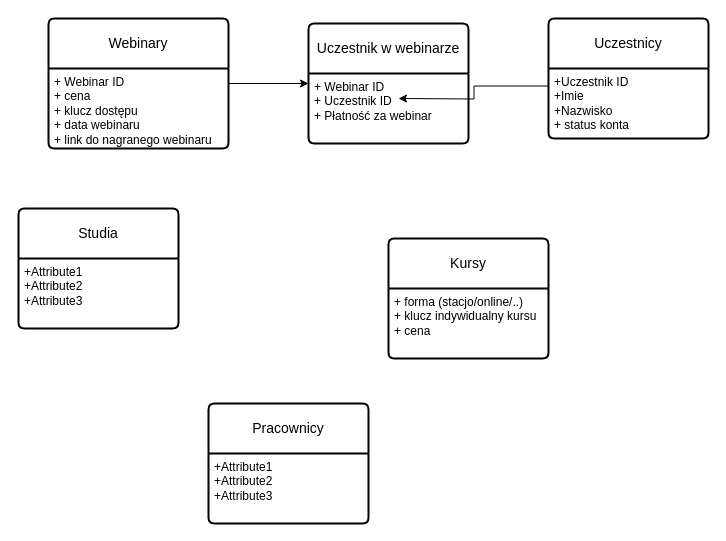
The draw.io diagram Diagram bez tytułu.drawio in SzymonTyburczy/DataBase-Project-MSST, before the edit. Source tidied: cells renumbered, new cells numbered last; positions are measured from the earlier drawing's top-left corner, leaving out a move shared by most shapes. Both pictures are drawn from the tidied source at 100%, with x=0, y=0 at pixel (18, 18).
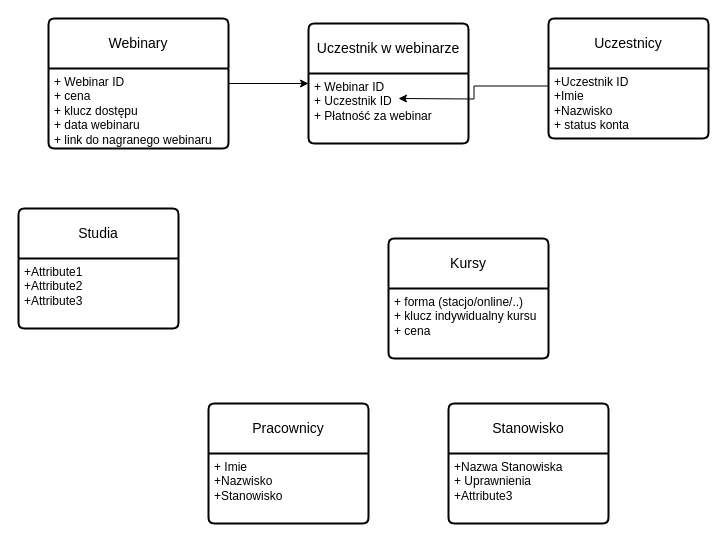
The same page after the edit.

Commit message:
diagram po labie projektowym 1

The edit, as a diff of the source:
```diff
@@
 <mxGraphModel>
   <root>
     <mxCell id="0" />
     <mxCell id="1" parent="0" />
     <mxCell id="2" value="Webinary" style="swimlane;horizontal=1;startSize=50;rounded=1;fontSize=14;fontStyle=0;strokeWidth=2;shadow=0;dashed=0;align=center;arcSize=4;whiteSpace=wrap;html=1;" parent="1" vertex="1">
       <mxGeometry x="30" width="180" height="130" as="geometry" />
     </mxCell>
     <mxCell id="3" value="&lt;div&gt;+ Webinar ID&lt;br&gt;&lt;/div&gt;&lt;div&gt;+ cena&lt;/div&gt;+ klucz dostępu&lt;br&gt;&lt;div&gt;+ data webinaru&lt;/div&gt;&lt;div&gt;+ link do nagranego webinaru&lt;br&gt;&lt;/div&gt;&lt;div&gt;&lt;br&gt;&lt;/div&gt;" style="align=left;strokeColor=none;fillColor=none;spacingLeft=4;fontSize=12;verticalAlign=top;html=1;" parent="2" vertex="1">
       <mxGeometry y="50" width="180" height="80" as="geometry" />
     </mxCell>
     <mxCell id="4" style="edgeStyle=orthogonalEdgeStyle;rounded=0;jettySize=auto;html=1;exitX=0.5;exitY=1;exitDx=0;exitDy=0;entryX=0.5;entryY=1;entryDx=0;entryDy=0;" parent="2" edge="1" source="2" target="3">
       <mxGeometry relative="1" as="geometry" />
     </mxCell>
     <mxCell id="5" value="Kursy" style="swimlane;horizontal=1;startSize=50;rounded=1;fontSize=14;fontStyle=0;strokeWidth=2;shadow=0;dashed=0;align=center;arcSize=4;whiteSpace=wrap;html=1;" parent="1" vertex="1">
       <mxGeometry x="370" y="220" width="160" height="120" as="geometry" />
     </mxCell>
     <mxCell id="6" value="+ forma (stacjo/online/..)&lt;br&gt;+ klucz indywidualny kursu&lt;br&gt;+ cena" style="align=left;strokeColor=none;fillColor=none;spacingLeft=4;fontSize=12;verticalAlign=top;html=1;" parent="5" vertex="1">
       <mxGeometry y="50" width="160" height="70" as="geometry" />
     </mxCell>
     <mxCell id="7" value="Studia" style="swimlane;horizontal=1;startSize=50;rounded=1;fontSize=14;fontStyle=0;strokeWidth=2;shadow=0;dashed=0;align=center;arcSize=4;whiteSpace=wrap;html=1;" parent="1" vertex="1">
       <mxGeometry y="190" width="160" height="120" as="geometry" />
     </mxCell>
     <mxCell id="8" value="+Attribute1&#10;+Attribute2&#10;+Attribute3" style="align=left;strokeColor=none;fillColor=none;spacingLeft=4;fontSize=12;verticalAlign=top;html=1;" parent="7" vertex="1">
       <mxGeometry y="50" width="160" height="70" as="geometry" />
     </mxCell>
     <mxCell id="9" value="Uczestnicy" style="swimlane;horizontal=1;startSize=50;rounded=1;fontSize=14;fontStyle=0;strokeWidth=2;shadow=0;dashed=0;align=center;arcSize=4;whiteSpace=wrap;html=1;" parent="1" vertex="1">
       <mxGeometry x="530" width="160" height="120" as="geometry" />
     </mxCell>
     <mxCell id="10" value="+Uczestnik ID&lt;br&gt;+Imie&lt;br&gt;&lt;div&gt;+Nazwisko&lt;/div&gt;&lt;div&gt;+ status konta&lt;br&gt;&lt;/div&gt;" style="align=left;strokeColor=none;fillColor=none;spacingLeft=4;fontSize=12;verticalAlign=top;html=1;" parent="9" vertex="1">
       <mxGeometry y="50" width="160" height="70" as="geometry" />
     </mxCell>
     <mxCell id="11" value="Pracownicy" style="swimlane;horizontal=1;startSize=50;rounded=1;fontSize=14;fontStyle=0;strokeWidth=2;shadow=0;dashed=0;align=center;arcSize=4;whiteSpace=wrap;html=1;" parent="1" vertex="1">
       <mxGeometry x="190" y="385" width="160" height="120" as="geometry" />
     </mxCell>
-    <mxCell id="12" value="+Attribute1&#10;+Attribute2&#10;+Attribute3" style="align=left;strokeColor=none;fillColor=none;spacingLeft=4;fontSize=12;verticalAlign=top;html=1;" parent="11" vertex="1">
+    <mxCell id="12" value="+ Imie&lt;br&gt;+Nazwisko&lt;br&gt;+Stanowisko" style="align=left;strokeColor=none;fillColor=none;spacingLeft=4;fontSize=12;verticalAlign=top;html=1;" parent="11" vertex="1">
       <mxGeometry y="50" width="160" height="70" as="geometry" />
     </mxCell>
     <mxCell id="13" value="Uczestnik w webinarze" style="swimlane;horizontal=1;startSize=50;rounded=1;fontSize=14;fontStyle=0;strokeWidth=2;shadow=0;dashed=0;align=center;arcSize=4;whiteSpace=wrap;html=1;" parent="1" vertex="1">
       <mxGeometry x="290" y="5" width="160" height="120" as="geometry" />
     </mxCell>
     <mxCell id="14" value="+ Webinar ID&lt;br&gt;+ Uczestnik ID&lt;br&gt;&lt;div&gt;+ Płatność za webinar&lt;br&gt;&lt;/div&gt;&lt;div&gt;&lt;br&gt;&lt;/div&gt;" style="align=left;strokeColor=none;fillColor=none;spacingLeft=4;fontSize=12;verticalAlign=top;html=1;" parent="13" vertex="1">
       <mxGeometry y="50" width="160" height="70" as="geometry" />
     </mxCell>
     <mxCell id="15" style="edgeStyle=orthogonalEdgeStyle;rounded=0;jettySize=auto;html=1;entryX=0;entryY=0.143;entryDx=0;entryDy=0;entryPerimeter=0;" parent="1" edge="1" source="2" target="14">
       <mxGeometry relative="1" as="geometry" />
     </mxCell>
     <mxCell id="16" style="edgeStyle=orthogonalEdgeStyle;rounded=0;jettySize=auto;html=1;exitX=0;exitY=0.25;exitDx=0;exitDy=0;" parent="1" edge="1" source="10">
       <mxGeometry relative="1" as="geometry">
         <mxPoint x="380" y="80" as="targetPoint" />
       </mxGeometry>
     </mxCell>
+    <mxCell id="17" value="Stanowisko" style="swimlane;horizontal=1;startSize=50;rounded=1;fontSize=14;fontStyle=0;strokeWidth=2;shadow=0;dashed=0;align=center;arcSize=4;whiteSpace=wrap;html=1;" parent="1" vertex="1">
+      <mxGeometry x="430" y="385" width="160" height="120" as="geometry" />
+    </mxCell>
+    <mxCell id="18" value="+Nazwa Stanowiska&lt;br&gt;+ Uprawnienia&lt;br&gt;+Attribute3" style="align=left;strokeColor=none;fillColor=none;spacingLeft=4;fontSize=12;verticalAlign=top;html=1;" parent="17" vertex="1">
+      <mxGeometry y="50" width="160" height="70" as="geometry" />
+    </mxCell>
   </root>
 </mxGraphModel>
```
